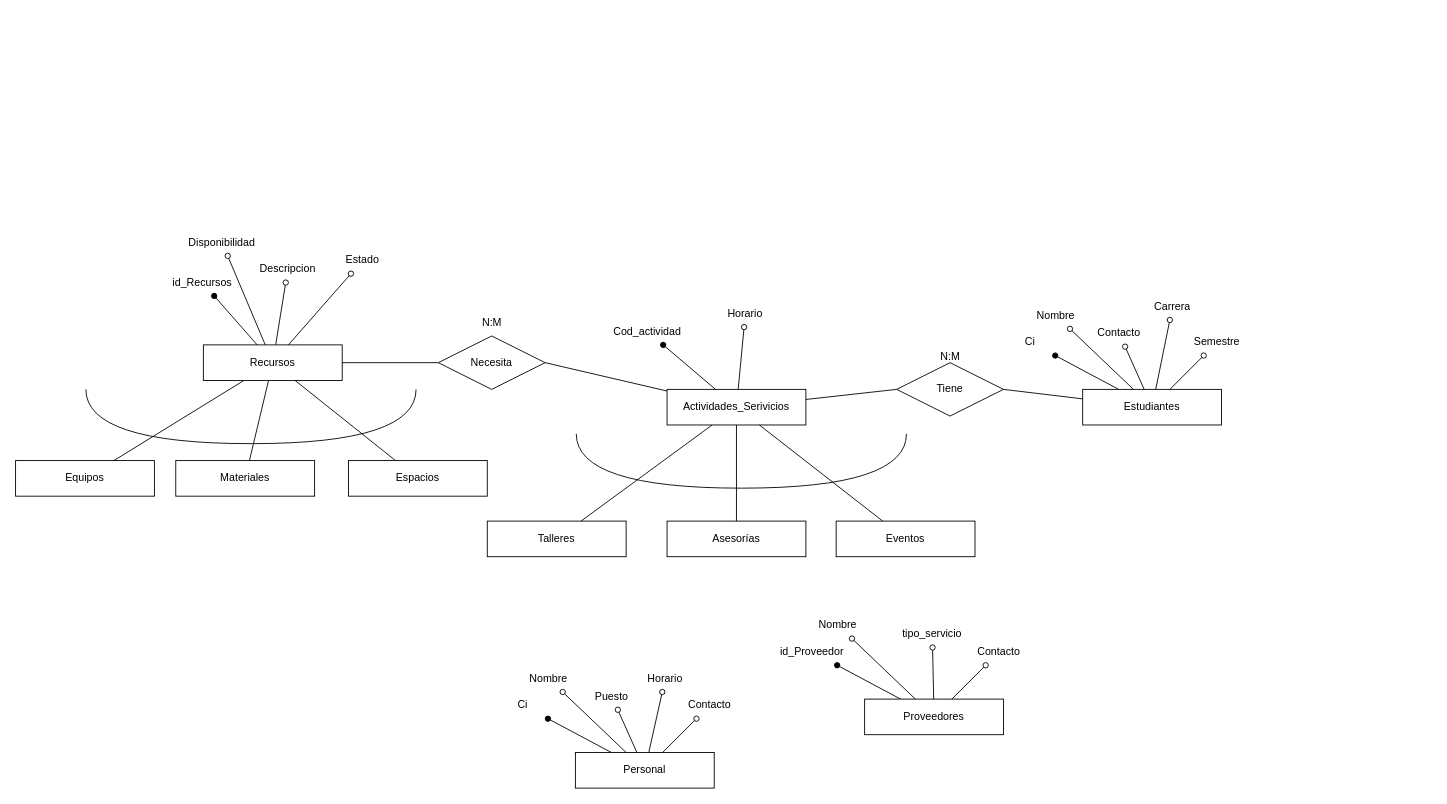
Above: Bienestar_social_UMSA.drawio in tomyivan/diagramas-DB (draw.io), before the change. Source tidied: cells renumbered, new cells numbered last; positions are measured from the earlier drawing's top-left corner, leaving out a move shared by most shapes. Both pictures are drawn from the tidied source at 89%, with x=0, y=0 at pixel (15, 229).
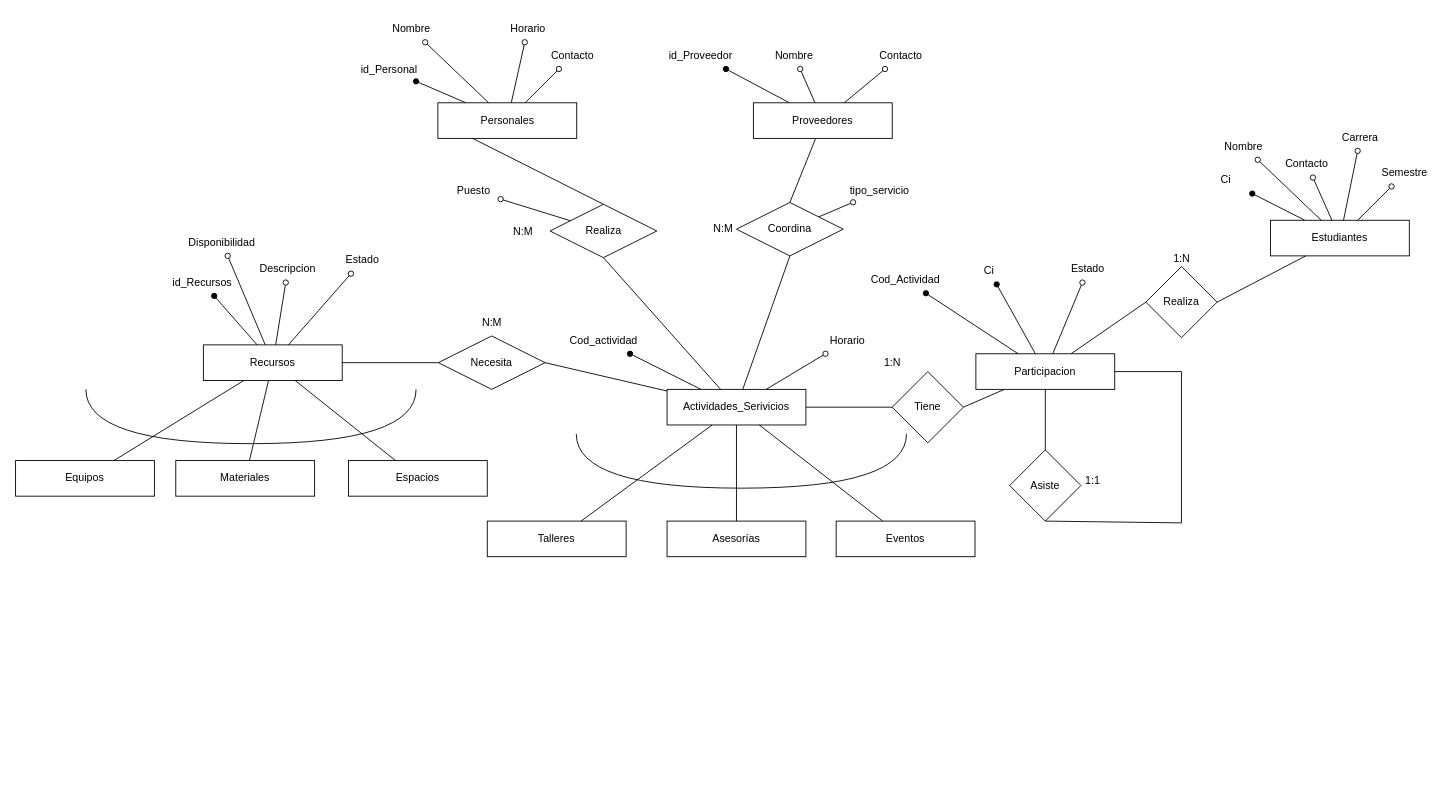
Above is the later version.

Unchanged cells that the change refers to:
```xml
<mxCell id="13" value="Actividades_Serivicios" style="whiteSpace=wrap;html=1;align=center;" parent="1" vertex="1">
  <mxGeometry x="732" y="180" width="156" height="40" as="geometry" />
</mxCell>
```

The edit, as a diff of the source:
```diff
@@
     <mxCell id="3" value="Estudiantes" style="whiteSpace=wrap;html=1;align=center;" parent="1" vertex="1">
-      <mxGeometry x="1199" y="180" width="156" height="40" as="geometry" />
+      <mxGeometry x="1410" y="-10" width="156" height="40" as="geometry" />
     </mxCell>
@@
     <mxCell id="5" value="Nombre" style="text;html=1;strokeColor=none;fillColor=none;align=center;verticalAlign=middle;whiteSpace=wrap;rounded=0;" parent="1" vertex="1">
-      <mxGeometry x="1139" y="82" width="60" height="30" as="geometry" />
+      <mxGeometry x="1350" y="-108" width="60" height="30" as="geometry" />
     </mxCell>
     <mxCell id="6" value="Ci" style="text;html=1;strokeColor=none;fillColor=none;align=center;verticalAlign=middle;whiteSpace=wrap;rounded=0;" parent="1" vertex="1">
-      <mxGeometry x="1110" y="112" width="60" height="30" as="geometry" />
+      <mxGeometry x="1330" y="-70" width="60" height="30" as="geometry" />
     </mxCell>
     <mxCell id="7" value="Carrera" style="text;html=1;strokeColor=none;fillColor=none;align=center;verticalAlign=middle;whiteSpace=wrap;rounded=0;" parent="1" vertex="1">
-      <mxGeometry x="1270" y="72" width="60" height="30" as="geometry" />
+      <mxGeometry x="1481" y="-118" width="60" height="30" as="geometry" />
     </mxCell>
     <mxCell id="8" value="Semestre" style="text;html=1;strokeColor=none;fillColor=none;align=center;verticalAlign=middle;whiteSpace=wrap;rounded=0;" parent="1" vertex="1">
-      <mxGeometry x="1320" y="112" width="60" height="30" as="geometry" />
+      <mxGeometry x="1531" y="-78" width="60" height="30" as="geometry" />
     </mxCell>
     <mxCell id="9" value="Contacto" style="text;html=1;strokeColor=none;fillColor=none;align=center;verticalAlign=middle;whiteSpace=wrap;rounded=0;" parent="1" vertex="1">
-      <mxGeometry x="1210" y="102" width="60" height="30" as="geometry" />
+      <mxGeometry x="1421" y="-88" width="60" height="30" as="geometry" />
     </mxCell>
@@
     <mxCell id="21" value="Cod_actividad" style="text;html=1;strokeColor=none;fillColor=none;align=center;verticalAlign=middle;whiteSpace=wrap;rounded=0;" parent="1" vertex="1">
-      <mxGeometry x="680" y="100" width="60" height="30" as="geometry" />
+      <mxGeometry x="630.5" y="110" width="60" height="30" as="geometry" />
     </mxCell>
@@
     <mxCell id="23" value="Horario" style="text;html=1;strokeColor=none;fillColor=none;align=center;verticalAlign=middle;whiteSpace=wrap;rounded=0;" parent="1" vertex="1">
-      <mxGeometry x="790" y="80" width="60" height="30" as="geometry" />
+      <mxGeometry x="905" y="110" width="60" height="30" as="geometry" />
     </mxCell>
@@
-    <mxCell id="41" style="rounded=0;jettySize=auto;html=1;endArrow=oval;endFill=1;" parent="1" edge="1" source="42" target="45">
+    <mxCell id="41" style="rounded=0;jettySize=auto;html=1;endArrow=oval;endFill=1;" parent="1" edge="1" source="42" target="84">
       <mxGeometry relative="1" as="geometry" />
     </mxCell>
-    <mxCell id="42" value="Personal" style="whiteSpace=wrap;html=1;align=center;" parent="1" vertex="1">
-      <mxGeometry x="629" y="588" width="156" height="40" as="geometry" />
+    <mxCell id="42" value="Personales" style="whiteSpace=wrap;html=1;align=center;" parent="1" vertex="1">
+      <mxGeometry x="474.5" y="-142" width="156" height="40" as="geometry" />
     </mxCell>
@@
     <mxCell id="44" value="Nombre" style="text;html=1;strokeColor=none;fillColor=none;align=center;verticalAlign=middle;whiteSpace=wrap;rounded=0;" parent="1" vertex="1">
-      <mxGeometry x="569" y="490" width="60" height="30" as="geometry" />
+      <mxGeometry x="414.5" y="-240" width="60" height="30" as="geometry" />
     </mxCell>
-    <mxCell id="45" value="Ci" style="text;html=1;strokeColor=none;fillColor=none;align=center;verticalAlign=middle;whiteSpace=wrap;rounded=0;" parent="1" vertex="1">
-      <mxGeometry x="540" y="520" width="60" height="30" as="geometry" />
-    </mxCell>
     <mxCell id="46" value="Horario" style="text;html=1;strokeColor=none;fillColor=none;align=center;verticalAlign=middle;whiteSpace=wrap;rounded=0;" parent="1" vertex="1">
-      <mxGeometry x="700" y="490" width="60" height="30" as="geometry" />
+      <mxGeometry x="545.5" y="-240" width="60" height="30" as="geometry" />
     </mxCell>
     <mxCell id="47" value="Contacto" style="text;html=1;strokeColor=none;fillColor=none;align=center;verticalAlign=middle;whiteSpace=wrap;rounded=0;" parent="1" vertex="1">
-      <mxGeometry x="750" y="520" width="60" height="30" as="geometry" />
+      <mxGeometry x="595.5" y="-210" width="60" height="30" as="geometry" />
     </mxCell>
     <mxCell id="48" value="Puesto" style="text;html=1;strokeColor=none;fillColor=none;align=center;verticalAlign=middle;whiteSpace=wrap;rounded=0;" parent="1" vertex="1">
-      <mxGeometry x="640" y="510" width="60" height="30" as="geometry" />
+      <mxGeometry x="485" y="-58" width="60" height="30" as="geometry" />
     </mxCell>
@@
-    <mxCell id="51" style="rounded=0;jettySize=auto;html=1;endArrow=oval;endFill=0;" parent="1" edge="1" source="42" target="48">
+    <mxCell id="51" style="rounded=0;jettySize=auto;html=1;endArrow=oval;endFill=0;" parent="1" edge="1" source="85" target="48">
       <mxGeometry relative="1" as="geometry" />
     </mxCell>
@@
     <mxCell id="53" value="Proveedores" style="whiteSpace=wrap;html=1;align=center;" parent="1" vertex="1">
-      <mxGeometry x="954" y="528" width="156" height="40" as="geometry" />
+      <mxGeometry x="829" y="-142" width="156" height="40" as="geometry" />
     </mxCell>
@@
     <mxCell id="55" value="Nombre" style="text;html=1;strokeColor=none;fillColor=none;align=center;verticalAlign=middle;whiteSpace=wrap;rounded=0;" parent="1" vertex="1">
-      <mxGeometry x="894" y="430" width="60" height="30" as="geometry" />
+      <mxGeometry x="845" y="-210" width="60" height="30" as="geometry" />
     </mxCell>
     <mxCell id="56" value="id_Proveedor" style="text;html=1;strokeColor=none;fillColor=none;align=center;verticalAlign=middle;whiteSpace=wrap;rounded=0;" parent="1" vertex="1">
-      <mxGeometry x="865" y="460" width="60" height="30" as="geometry" />
+      <mxGeometry x="740" y="-210" width="60" height="30" as="geometry" />
     </mxCell>
     <mxCell id="57" value="Contacto" style="text;html=1;strokeColor=none;fillColor=none;align=center;verticalAlign=middle;whiteSpace=wrap;rounded=0;" parent="1" vertex="1">
-      <mxGeometry x="1075" y="460" width="60" height="30" as="geometry" />
+      <mxGeometry x="965" y="-210" width="60" height="30" as="geometry" />
     </mxCell>
     <mxCell id="58" value="tipo_servicio" style="text;html=1;strokeColor=none;fillColor=none;align=center;verticalAlign=middle;whiteSpace=wrap;rounded=0;" parent="1" vertex="1">
-      <mxGeometry x="1000" y="440" width="60" height="30" as="geometry" />
+      <mxGeometry x="941" y="-58" width="60" height="30" as="geometry" />
     </mxCell>
@@
-    <mxCell id="60" style="rounded=0;jettySize=auto;html=1;endArrow=oval;endFill=0;" parent="1" edge="1" source="53" target="58">
+    <mxCell id="60" style="rounded=0;jettySize=auto;html=1;endArrow=oval;endFill=0;" parent="1" edge="1" source="86" target="58">
       <mxGeometry relative="1" as="geometry" />
     </mxCell>
-    <mxCell id="61" value="Tiene" style="shape=rhombus;perimeter=rhombusPerimeter;whiteSpace=wrap;html=1;align=center;" parent="1" vertex="1">
-      <mxGeometry x="990" y="150" width="120" height="60" as="geometry" />
-    </mxCell>
-    <mxCell id="62" value="N:M" style="text;html=1;align=center;verticalAlign=middle;strokeColor=none;fillColor=none;" parent="1" vertex="1">
-      <mxGeometry x="1025" y="128" width="50" height="30" as="geometry" />
-    </mxCell>
-    <mxCell id="63" style="endArrow=none;html=1;rounded=0;entryX=1;entryY=0.5;entryDx=0;entryDy=0;" parent="1" edge="1" source="3" target="61">
+    <mxCell id="63" style="endArrow=none;html=1;rounded=0;entryX=1;entryY=0.5;entryDx=0;entryDy=0;" parent="1" edge="1" source="3" target="76">
       <mxGeometry relative="1" as="geometry" />
     </mxCell>
@@
+    <mxCell id="69" value="Participacion" style="whiteSpace=wrap;html=1;align=center;" parent="1" vertex="1">
+      <mxGeometry x="1079" y="140" width="156" height="40" as="geometry" />
+    </mxCell>
+    <mxCell id="70" style="rounded=0;jettySize=auto;html=1;endArrow=oval;endFill=1;" parent="1" edge="1" source="69" target="72">
+      <mxGeometry relative="1" as="geometry" />
+    </mxCell>
+    <mxCell id="71" style="rounded=0;jettySize=auto;html=1;endArrow=oval;endFill=1;" parent="1" edge="1" source="69" target="45">
+      <mxGeometry relative="1" as="geometry" />
+    </mxCell>
+    <mxCell id="72" value="Cod_Actividad" style="text;html=1;strokeColor=none;fillColor=none;align=center;verticalAlign=middle;whiteSpace=wrap;rounded=0;" parent="1" vertex="1">
+      <mxGeometry x="970" y="42" width="60" height="30" as="geometry" />
+    </mxCell>
+    <mxCell id="45" value="Ci" style="text;html=1;strokeColor=none;fillColor=none;align=center;verticalAlign=middle;whiteSpace=wrap;rounded=0;" parent="1" vertex="1">
+      <mxGeometry x="1064" y="32" width="60" height="30" as="geometry" />
+    </mxCell>
+    <mxCell id="73" value="Asiste" style="rhombus;whiteSpace=wrap;html=1;" parent="1" vertex="1">
+      <mxGeometry x="1117" y="248" width="80" height="80" as="geometry" />
+    </mxCell>
+    <mxCell id="74" style="endArrow=none;html=1;rounded=0;exitX=0.5;exitY=0;exitDx=0;exitDy=0;entryX=0.5;entryY=1;entryDx=0;entryDy=0;" parent="1" edge="1" source="73" target="69">
+      <mxGeometry relative="1" as="geometry" />
+    </mxCell>
+    <mxCell id="75" style="endArrow=none;html=1;rounded=0;exitX=1;exitY=0.5;exitDx=0;exitDy=0;entryX=0.5;entryY=1;entryDx=0;entryDy=0;" parent="1" edge="1" source="69" target="73">
+      <mxGeometry relative="1" as="geometry">
+        <Array as="points">
+          <mxPoint x="1310" y="160" />
+          <mxPoint x="1310" y="330" />
+        </Array>
+      </mxGeometry>
+    </mxCell>
+    <mxCell id="76" value="Realiza" style="rhombus;whiteSpace=wrap;html=1;" parent="1" vertex="1">
+      <mxGeometry x="1270" y="42" width="80" height="80" as="geometry" />
+    </mxCell>
+    <mxCell id="77" style="endArrow=none;html=1;rounded=0;exitX=0;exitY=0.5;exitDx=0;exitDy=0;" parent="1" edge="1" source="76" target="69">
+      <mxGeometry relative="1" as="geometry" />
+    </mxCell>
+    <mxCell id="78" value="1:N" style="text;html=1;align=center;verticalAlign=middle;strokeColor=none;fillColor=none;" parent="1" vertex="1">
+      <mxGeometry x="1290" y="18" width="40" height="30" as="geometry" />
+    </mxCell>
+    <mxCell id="61" value="Tiene" style="rhombus;whiteSpace=wrap;html=1;" parent="1" vertex="1">
+      <mxGeometry x="985" y="160" width="80" height="80" as="geometry" />
+    </mxCell>
+    <mxCell id="79" style="endArrow=none;html=1;rounded=0;entryX=1;entryY=0.5;entryDx=0;entryDy=0;" parent="1" edge="1" source="69" target="61">
+      <mxGeometry relative="1" as="geometry" />
+    </mxCell>
+    <mxCell id="80" value="1:N" style="text;html=1;align=center;verticalAlign=middle;strokeColor=none;fillColor=none;" parent="1" vertex="1">
+      <mxGeometry x="965" y="135" width="40" height="30" as="geometry" />
+    </mxCell>
+    <mxCell id="81" value="Estado" style="text;html=1;strokeColor=none;fillColor=none;align=center;verticalAlign=middle;whiteSpace=wrap;rounded=0;" parent="1" vertex="1">
+      <mxGeometry x="1175" y="30" width="60" height="30" as="geometry" />
+    </mxCell>
+    <mxCell id="82" value="1:1" style="text;html=1;align=center;verticalAlign=middle;strokeColor=none;fillColor=none;" parent="1" vertex="1">
+      <mxGeometry x="1190" y="268" width="40" height="30" as="geometry" />
+    </mxCell>
+    <mxCell id="83" style="rounded=0;jettySize=auto;html=1;endArrow=oval;endFill=0;" parent="1" edge="1" source="69" target="81">
+      <mxGeometry relative="1" as="geometry" />
+    </mxCell>
+    <mxCell id="84" value="id_Personal" style="text;html=1;strokeColor=none;fillColor=none;align=center;verticalAlign=middle;whiteSpace=wrap;rounded=0;" parent="1" vertex="1">
+      <mxGeometry x="390" y="-194" width="60" height="30" as="geometry" />
+    </mxCell>
+    <mxCell id="85" value="Realiza" style="shape=rhombus;perimeter=rhombusPerimeter;whiteSpace=wrap;html=1;align=center;" parent="1" vertex="1">
+      <mxGeometry x="600.5" y="-28" width="120" height="60" as="geometry" />
+    </mxCell>
+    <mxCell id="86" value="Coordina" style="shape=rhombus;perimeter=rhombusPerimeter;whiteSpace=wrap;html=1;align=center;" parent="1" vertex="1">
+      <mxGeometry x="810" y="-30" width="120" height="60" as="geometry" />
+    </mxCell>
+    <mxCell id="87" style="endArrow=none;html=1;rounded=0;exitX=0.5;exitY=1;exitDx=0;exitDy=0;" parent="1" edge="1" source="86" target="13">
+      <mxGeometry relative="1" as="geometry" />
+    </mxCell>
+    <mxCell id="88" style="endArrow=none;html=1;rounded=0;exitX=0.5;exitY=0;exitDx=0;exitDy=0;entryX=0.25;entryY=1;entryDx=0;entryDy=0;" parent="1" edge="1" source="85" target="42">
+      <mxGeometry relative="1" as="geometry" />
+    </mxCell>
+    <mxCell id="89" style="endArrow=none;html=1;rounded=0;entryX=0.5;entryY=0;entryDx=0;entryDy=0;" parent="1" edge="1" source="53" target="86">
+      <mxGeometry relative="1" as="geometry" />
+    </mxCell>
+    <mxCell id="90" style="endArrow=none;html=1;rounded=0;entryX=0.5;entryY=1;entryDx=0;entryDy=0;" parent="1" edge="1" source="13" target="85">
+      <mxGeometry relative="1" as="geometry" />
+    </mxCell>
+    <mxCell id="91" value="N:M" style="text;html=1;align=center;verticalAlign=middle;strokeColor=none;fillColor=none;" parent="1" vertex="1">
+      <mxGeometry x="545" y="-12" width="50" height="30" as="geometry" />
+    </mxCell>
+    <mxCell id="92" value="N:M" style="text;html=1;align=center;verticalAlign=middle;strokeColor=none;fillColor=none;" parent="1" vertex="1">
+      <mxGeometry x="770" y="-15" width="50" height="30" as="geometry" />
+    </mxCell>
```
